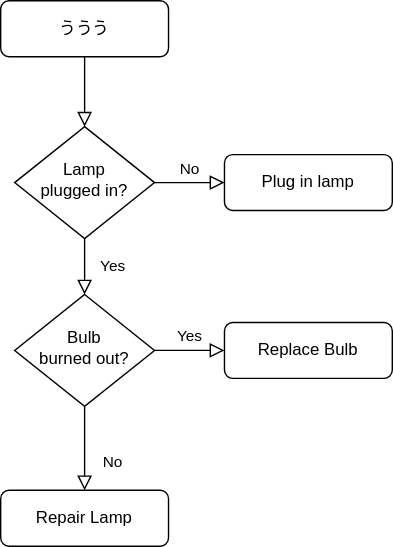
dev20220810/bright-light-ventures-ph-documentation keeps this draw.io diagram as Untitled Diagram.drawio.svg. Above is the earlier version. Source tidied: cells renumbered, new cells last; positions are measured from the earlier drawing's top-left corner, leaving out a move shared by most shapes.
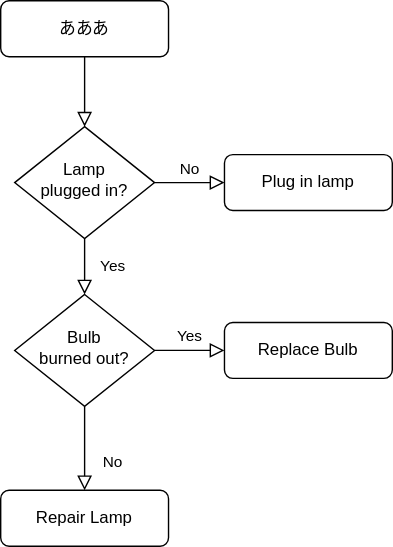
The same file after the commit.

The edit, as a diff of the source:
```diff
@@ -5,7 +5,7 @@
     <mxCell id="2" style="rounded=0;html=1;jettySize=auto;fontSize=11;endArrow=block;endFill=0;endSize=8;strokeWidth=1;shadow=0;labelBackgroundColor=none;edgeStyle=orthogonalEdgeStyle;" parent="1" edge="1" source="3" target="6">
       <mxGeometry relative="1" as="geometry" />
     </mxCell>
-    <mxCell id="3" value="ううう" style="rounded=1;whiteSpace=wrap;html=1;fontSize=12;glass=0;strokeWidth=1;shadow=0;" parent="1" vertex="1">
+    <mxCell id="3" value="あああ" style="rounded=1;whiteSpace=wrap;html=1;fontSize=12;glass=0;strokeWidth=1;shadow=0;" parent="1" vertex="1">
       <mxGeometry width="120" height="40" as="geometry" />
     </mxCell>
     <mxCell id="4" value="Yes" style="rounded=0;html=1;jettySize=auto;fontSize=11;endArrow=block;endFill=0;endSize=8;strokeWidth=1;shadow=0;labelBackgroundColor=none;edgeStyle=orthogonalEdgeStyle;" parent="1" edge="1" source="6" target="10">
```
